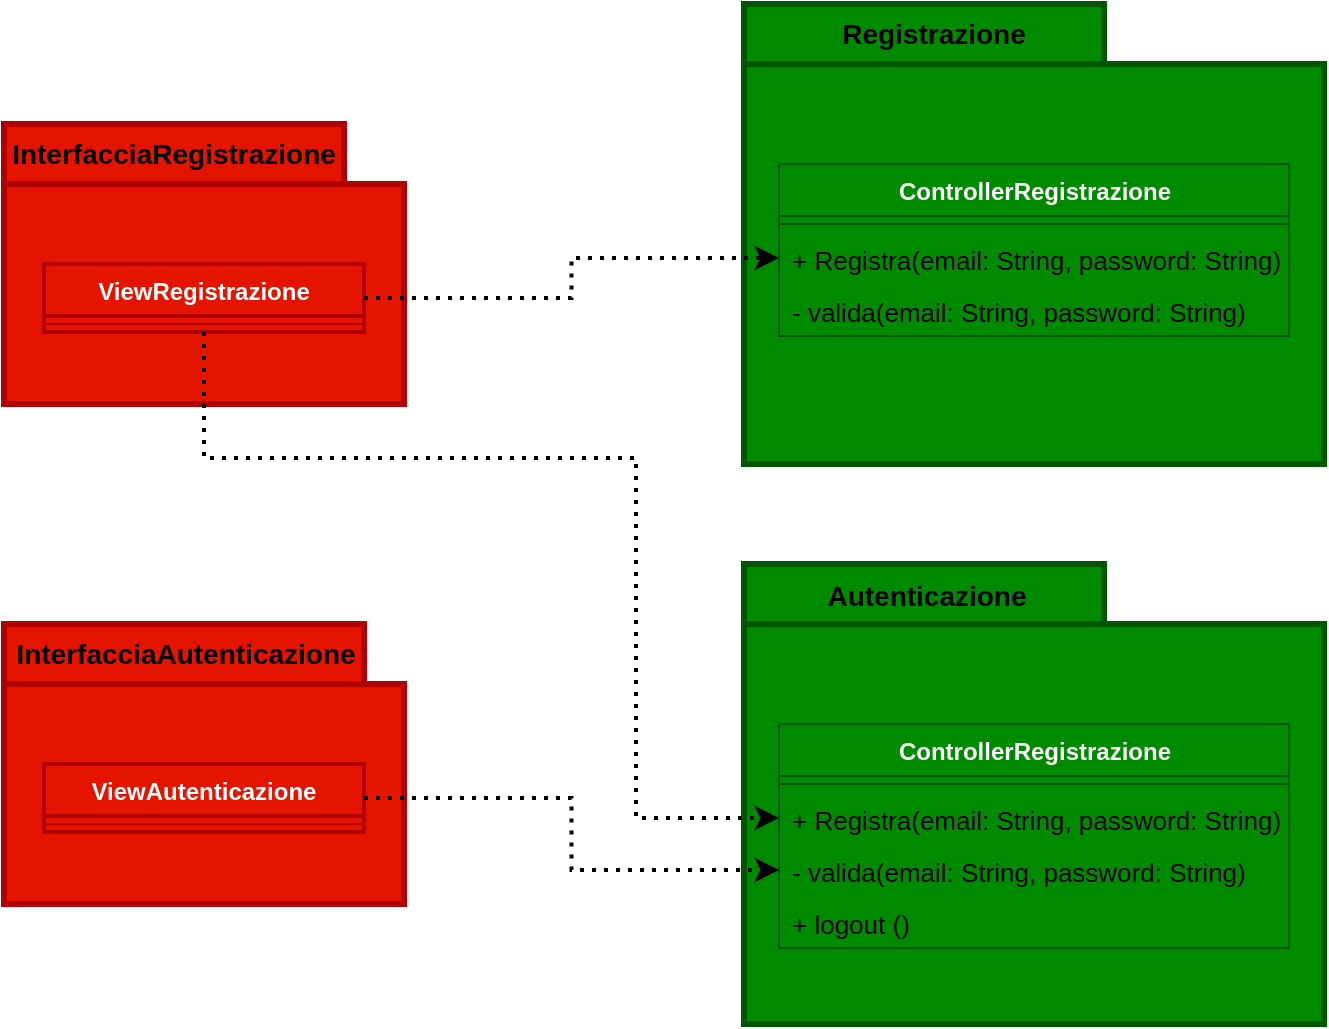
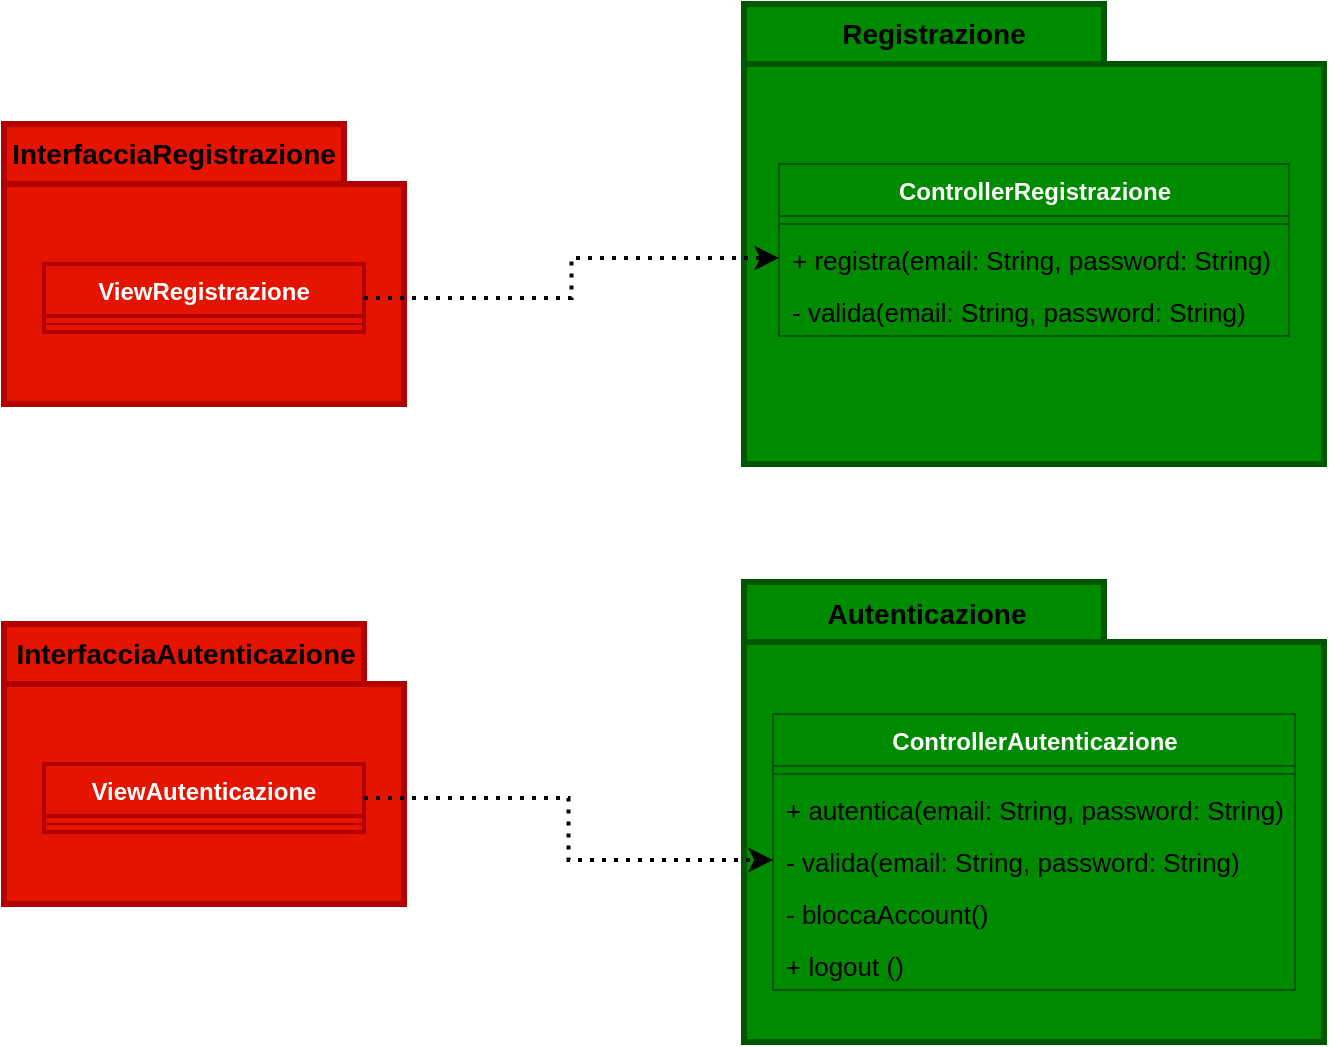
<mxfile host="app.diagrams.net">
  <diagram name="Pagina-1" id="QDScygCJn2aQPVxzbpHA">
-     <mxGraphModel dx="1075" dy="622" grid="0" gridSize="10" guides="1" tooltips="1" connect="1" arrows="1" fold="1" page="0" pageScale="1" pageWidth="827" pageHeight="1169" background="light-dark(#FFFFFF,#FFFFFF)" math="0" shadow="0">
+     <mxGraphModel dx="1075" dy="527" grid="0" gridSize="10" guides="1" tooltips="1" connect="1" arrows="1" fold="1" page="0" pageScale="1" pageWidth="827" pageHeight="1169" background="light-dark(#FFFFFF,#FFFFFF)" math="0" shadow="0">
      <root>
        <mxCell id="0" />
        <mxCell id="1" parent="0" />
        <mxCell id="rIIMJ5MYCzw7tmYBSoWH-3" connectable="0" parent="1" style="group" value="" vertex="1">
          <mxGeometry height="140" width="200" x="80" y="90" as="geometry" />
        </mxCell>
        <mxCell id="rIIMJ5MYCzw7tmYBSoWH-1" parent="rIIMJ5MYCzw7tmYBSoWH-3" style="shape=folder;fontStyle=1;spacingTop=10;tabWidth=170;tabHeight=30;tabPosition=left;html=1;whiteSpace=wrap;fillColor=light-dark(#E51400,#FFFFFF);fontColor=#ffffff;strokeColor=#B20000;strokeWidth=3;" value="" vertex="1">
          <mxGeometry height="140" width="200" as="geometry" />
        </mxCell>
        <mxCell id="rIIMJ5MYCzw7tmYBSoWH-2" parent="rIIMJ5MYCzw7tmYBSoWH-3" style="text;html=1;whiteSpace=wrap;strokeColor=none;fillColor=none;align=center;verticalAlign=middle;rounded=0;fontColor=light-dark(#000000,#000000);fontStyle=1;fontSize=14;" value="InterfacciaRegistrazione" vertex="1">
          <mxGeometry height="30" width="170" as="geometry" />
        </mxCell>
        <mxCell id="rIIMJ5MYCzw7tmYBSoWH-16" parent="rIIMJ5MYCzw7tmYBSoWH-3" style="swimlane;fontStyle=1;align=center;verticalAlign=top;childLayout=stackLayout;horizontal=1;startSize=26;horizontalStack=0;resizeParent=1;resizeParentMax=0;resizeLast=0;collapsible=1;marginBottom=0;whiteSpace=wrap;html=1;fillColor=#e51400;strokeColor=#B20000;fontColor=#ffffff;strokeWidth=2;" value="ViewRegistrazione" vertex="1">
          <mxGeometry height="34" width="160" x="20" y="70" as="geometry" />
        </mxCell>
        <mxCell id="rIIMJ5MYCzw7tmYBSoWH-18" parent="rIIMJ5MYCzw7tmYBSoWH-16" style="line;strokeWidth=1;fillColor=none;align=left;verticalAlign=middle;spacingTop=-1;spacingLeft=3;spacingRight=3;rotatable=0;labelPosition=right;points=[];portConstraint=eastwest;strokeColor=inherit;" value="" vertex="1">
          <mxGeometry height="8" width="160" y="26" as="geometry" />
        </mxCell>
        <mxCell id="rIIMJ5MYCzw7tmYBSoWH-4" connectable="0" parent="1" style="group" value="" vertex="1">
          <mxGeometry height="140" width="200" x="80" y="340" as="geometry" />
        </mxCell>
        <mxCell id="rIIMJ5MYCzw7tmYBSoWH-5" parent="rIIMJ5MYCzw7tmYBSoWH-4" style="shape=folder;fontStyle=1;spacingTop=10;tabWidth=180;tabHeight=30;tabPosition=left;html=1;whiteSpace=wrap;fillColor=light-dark(#E51400,#FFFFFF);fontColor=#ffffff;strokeColor=#B20000;strokeWidth=3;" value="" vertex="1">
          <mxGeometry height="140" width="200" as="geometry" />
        </mxCell>
        <mxCell id="rIIMJ5MYCzw7tmYBSoWH-6" parent="rIIMJ5MYCzw7tmYBSoWH-4" style="text;html=1;whiteSpace=wrap;strokeColor=none;fillColor=none;align=center;verticalAlign=middle;rounded=0;fontColor=light-dark(#000000,#000000);fontStyle=1;fontSize=14;" value="InterfacciaAutenticazione" vertex="1">
          <mxGeometry height="30" width="170" x="6" as="geometry" />
        </mxCell>
        <mxCell id="rIIMJ5MYCzw7tmYBSoWH-20" parent="rIIMJ5MYCzw7tmYBSoWH-4" style="swimlane;fontStyle=1;align=center;verticalAlign=top;childLayout=stackLayout;horizontal=1;startSize=26;horizontalStack=0;resizeParent=1;resizeParentMax=0;resizeLast=0;collapsible=1;marginBottom=0;whiteSpace=wrap;html=1;fillColor=#e51400;strokeColor=#B20000;fontColor=#ffffff;strokeWidth=2;" value="ViewAutenticazione" vertex="1">
          <mxGeometry height="34" width="160" x="20" y="70" as="geometry" />
        </mxCell>
        <mxCell id="rIIMJ5MYCzw7tmYBSoWH-21" parent="rIIMJ5MYCzw7tmYBSoWH-20" style="line;strokeWidth=1;fillColor=none;align=left;verticalAlign=middle;spacingTop=-1;spacingLeft=3;spacingRight=3;rotatable=0;labelPosition=right;points=[];portConstraint=eastwest;strokeColor=inherit;" value="" vertex="1">
          <mxGeometry height="8" width="160" y="26" as="geometry" />
        </mxCell>
        <mxCell id="rIIMJ5MYCzw7tmYBSoWH-7" connectable="0" parent="1" style="group" value="" vertex="1">
-           <mxGeometry height="230" width="290" x="450" y="310" as="geometry" />
+           <mxGeometry height="230" width="290" x="450" y="319" as="geometry" />
        </mxCell>
        <mxCell id="rIIMJ5MYCzw7tmYBSoWH-8" parent="rIIMJ5MYCzw7tmYBSoWH-7" style="shape=folder;fontStyle=1;spacingTop=10;tabWidth=180;tabHeight=30;tabPosition=left;html=1;whiteSpace=wrap;fillColor=light-dark(#008A00,#FFFFFF);fontColor=#ffffff;strokeColor=#005700;strokeWidth=3;" value="" vertex="1">
          <mxGeometry height="230" width="290" as="geometry" />
        </mxCell>
        <mxCell id="rIIMJ5MYCzw7tmYBSoWH-9" parent="rIIMJ5MYCzw7tmYBSoWH-7" style="text;html=1;whiteSpace=wrap;strokeColor=none;fillColor=none;align=center;verticalAlign=middle;rounded=0;fontColor=light-dark(#000000,#000000);fontStyle=1;fontSize=14;" value="Autenticazione" vertex="1">
          <mxGeometry height="49.285714285714285" width="246.5" x="-32.3" y="-9" as="geometry" />
        </mxCell>
-         <mxCell id="rIIMJ5MYCzw7tmYBSoWH-33" parent="rIIMJ5MYCzw7tmYBSoWH-7" style="swimlane;fontStyle=1;align=center;verticalAlign=top;childLayout=stackLayout;horizontal=1;startSize=26;horizontalStack=0;resizeParent=1;resizeParentMax=0;resizeLast=0;collapsible=1;marginBottom=0;whiteSpace=wrap;html=1;fillColor=#008a00;fontColor=#ffffff;strokeColor=#005700;" value="ControllerRegistrazione" vertex="1">
-           <mxGeometry height="112" width="255" x="17.5" y="80" as="geometry" />
+         <mxCell id="rIIMJ5MYCzw7tmYBSoWH-33" parent="rIIMJ5MYCzw7tmYBSoWH-7" style="swimlane;fontStyle=1;align=center;verticalAlign=top;childLayout=stackLayout;horizontal=1;startSize=26;horizontalStack=0;resizeParent=1;resizeParentMax=0;resizeLast=0;collapsible=1;marginBottom=0;whiteSpace=wrap;html=1;fillColor=#008a00;fontColor=#ffffff;strokeColor=#005700;" value="ControllerAutenticazione" vertex="1">
+           <mxGeometry height="138" width="261" x="14.5" y="66" as="geometry" />
        </mxCell>
        <mxCell id="rIIMJ5MYCzw7tmYBSoWH-34" parent="rIIMJ5MYCzw7tmYBSoWH-33" style="line;strokeWidth=1;fillColor=none;align=left;verticalAlign=middle;spacingTop=-1;spacingLeft=3;spacingRight=3;rotatable=0;labelPosition=right;points=[];portConstraint=eastwest;strokeColor=inherit;" value="" vertex="1">
-           <mxGeometry height="8" width="255" y="26" as="geometry" />
+           <mxGeometry height="8" width="261" y="26" as="geometry" />
        </mxCell>
-         <mxCell id="rIIMJ5MYCzw7tmYBSoWH-35" parent="rIIMJ5MYCzw7tmYBSoWH-33" style="text;strokeColor=none;fillColor=none;align=left;verticalAlign=top;spacingLeft=4;spacingRight=4;overflow=hidden;rotatable=0;points=[[0,0.5],[1,0.5]];portConstraint=eastwest;whiteSpace=wrap;html=1;fontColor=light-dark(#000000,#000000);fontStyle=0;fontSize=13;" value="+ Registra(email: String, password: String)" vertex="1">
-           <mxGeometry height="26" width="255" y="34" as="geometry" />
+         <mxCell id="rIIMJ5MYCzw7tmYBSoWH-35" parent="rIIMJ5MYCzw7tmYBSoWH-33" style="text;strokeColor=none;fillColor=none;align=left;verticalAlign=top;spacingLeft=4;spacingRight=4;overflow=hidden;rotatable=0;points=[[0,0.5],[1,0.5]];portConstraint=eastwest;whiteSpace=wrap;html=1;fontColor=light-dark(#000000,#000000);fontStyle=0;fontSize=13;" value="+ autentica(email: String, password: String)" vertex="1">
+           <mxGeometry height="26" width="261" y="34" as="geometry" />
        </mxCell>
        <mxCell id="rIIMJ5MYCzw7tmYBSoWH-36" parent="rIIMJ5MYCzw7tmYBSoWH-33" style="text;strokeColor=none;fillColor=none;align=left;verticalAlign=top;spacingLeft=4;spacingRight=4;overflow=hidden;rotatable=0;points=[[0,0.5],[1,0.5]];portConstraint=eastwest;whiteSpace=wrap;html=1;" value="&lt;font style=&quot;color: light-dark(rgb(0, 0, 0), rgb(0, 0, 0));&quot;&gt;&lt;span style=&quot;font-size: 13px;&quot;&gt;- valida(email: String, password: String)&lt;/span&gt;&lt;/font&gt;" vertex="1">
-           <mxGeometry height="26" width="255" y="60" as="geometry" />
+           <mxGeometry height="26" width="261" y="60" as="geometry" />
+         </mxCell>
+         <mxCell id="fnbZ32ceF4G3On6_S0S8-73" parent="rIIMJ5MYCzw7tmYBSoWH-33" style="text;strokeColor=none;fillColor=none;align=left;verticalAlign=top;spacingLeft=4;spacingRight=4;overflow=hidden;rotatable=0;points=[[0,0.5],[1,0.5]];portConstraint=eastwest;whiteSpace=wrap;html=1;" value="&lt;font style=&quot;color: light-dark(rgb(0, 0, 0), rgb(0, 0, 0));&quot;&gt;&lt;span style=&quot;font-size: 13px;&quot;&gt;- bloccaAccount()&lt;/span&gt;&lt;/font&gt;" vertex="1">
+           <mxGeometry height="26" width="261" y="86" as="geometry" />
        </mxCell>
        <mxCell id="rIIMJ5MYCzw7tmYBSoWH-37" parent="rIIMJ5MYCzw7tmYBSoWH-33" style="text;strokeColor=none;fillColor=none;align=left;verticalAlign=top;spacingLeft=4;spacingRight=4;overflow=hidden;rotatable=0;points=[[0,0.5],[1,0.5]];portConstraint=eastwest;whiteSpace=wrap;html=1;" value="&lt;font style=&quot;color: light-dark(rgb(0, 0, 0), rgb(0, 0, 0));&quot;&gt;&lt;span style=&quot;font-size: 13px;&quot;&gt;+ logout ()&lt;/span&gt;&lt;/font&gt;" vertex="1">
-           <mxGeometry height="26" width="255" y="86" as="geometry" />
+           <mxGeometry height="26" width="261" y="112" as="geometry" />
        </mxCell>
        <mxCell id="rIIMJ5MYCzw7tmYBSoWH-10" parent="1" style="shape=folder;fontStyle=1;spacingTop=10;tabWidth=180;tabHeight=30;tabPosition=left;html=1;whiteSpace=wrap;fillColor=light-dark(#008A00,#FFFFFF);fontColor=#ffffff;strokeColor=#005700;strokeWidth=3;" value="" vertex="1">
          <mxGeometry height="230" width="290" x="450" y="30" as="geometry" />
        </mxCell>
        <mxCell id="rIIMJ5MYCzw7tmYBSoWH-11" parent="1" style="text;html=1;whiteSpace=wrap;align=center;verticalAlign=middle;rounded=0;fontColor=light-dark(#000000,#000000);fontStyle=1;fontSize=14;" value="Registrazione" vertex="1">
          <mxGeometry height="30" width="150" x="470" y="30" as="geometry" />
        </mxCell>
        <mxCell id="rIIMJ5MYCzw7tmYBSoWH-27" parent="1" style="swimlane;fontStyle=1;align=center;verticalAlign=top;childLayout=stackLayout;horizontal=1;startSize=26;horizontalStack=0;resizeParent=1;resizeParentMax=0;resizeLast=0;collapsible=1;marginBottom=0;whiteSpace=wrap;html=1;fillColor=#008a00;fontColor=#ffffff;strokeColor=#005700;" value="ControllerRegistrazione" vertex="1">
          <mxGeometry height="86" width="255" x="467.5" y="110" as="geometry" />
        </mxCell>
        <mxCell id="rIIMJ5MYCzw7tmYBSoWH-29" parent="rIIMJ5MYCzw7tmYBSoWH-27" style="line;strokeWidth=1;fillColor=none;align=left;verticalAlign=middle;spacingTop=-1;spacingLeft=3;spacingRight=3;rotatable=0;labelPosition=right;points=[];portConstraint=eastwest;strokeColor=inherit;" value="" vertex="1">
          <mxGeometry height="8" width="255" y="26" as="geometry" />
        </mxCell>
-         <mxCell id="rIIMJ5MYCzw7tmYBSoWH-30" parent="rIIMJ5MYCzw7tmYBSoWH-27" style="text;strokeColor=none;fillColor=none;align=left;verticalAlign=top;spacingLeft=4;spacingRight=4;overflow=hidden;rotatable=0;points=[[0,0.5],[1,0.5]];portConstraint=eastwest;whiteSpace=wrap;html=1;fontColor=light-dark(#000000,#000000);fontStyle=0;fontSize=13;" value="+ Registra(email: String, password: String)" vertex="1">
+         <mxCell id="rIIMJ5MYCzw7tmYBSoWH-30" parent="rIIMJ5MYCzw7tmYBSoWH-27" style="text;strokeColor=none;fillColor=none;align=left;verticalAlign=top;spacingLeft=4;spacingRight=4;overflow=hidden;rotatable=0;points=[[0,0.5],[1,0.5]];portConstraint=eastwest;whiteSpace=wrap;html=1;fontColor=light-dark(#000000,#000000);fontStyle=0;fontSize=13;" value="+ registra(email: String, password: String)" vertex="1">
          <mxGeometry height="26" width="255" y="34" as="geometry" />
        </mxCell>
        <mxCell id="rIIMJ5MYCzw7tmYBSoWH-31" parent="rIIMJ5MYCzw7tmYBSoWH-27" style="text;strokeColor=none;fillColor=none;align=left;verticalAlign=top;spacingLeft=4;spacingRight=4;overflow=hidden;rotatable=0;points=[[0,0.5],[1,0.5]];portConstraint=eastwest;whiteSpace=wrap;html=1;" value="&lt;font style=&quot;color: light-dark(rgb(0, 0, 0), rgb(0, 0, 0));&quot;&gt;&lt;span style=&quot;font-size: 13px;&quot;&gt;- valida(email: String, password: String)&lt;/span&gt;&lt;/font&gt;" vertex="1">
          <mxGeometry height="26" width="255" y="60" as="geometry" />
        </mxCell>
        <mxCell id="rIIMJ5MYCzw7tmYBSoWH-38" edge="1" parent="1" source="rIIMJ5MYCzw7tmYBSoWH-16" style="edgeStyle=orthogonalEdgeStyle;rounded=0;orthogonalLoop=1;jettySize=auto;html=1;exitX=1;exitY=0.5;exitDx=0;exitDy=0;entryX=0;entryY=0.5;entryDx=0;entryDy=0;fontColor=light-dark(#000000,#000000);dashed=1;dashPattern=1 2;strokeColor=light-dark(#000000,#000000);strokeWidth=2;" target="rIIMJ5MYCzw7tmYBSoWH-30">
          <mxGeometry relative="1" as="geometry" />
        </mxCell>
        <mxCell id="rIIMJ5MYCzw7tmYBSoWH-39" edge="1" parent="1" source="rIIMJ5MYCzw7tmYBSoWH-20" style="edgeStyle=orthogonalEdgeStyle;rounded=0;orthogonalLoop=1;jettySize=auto;html=1;exitX=1;exitY=0.5;exitDx=0;exitDy=0;entryX=0;entryY=0.5;entryDx=0;entryDy=0;fontColor=light-dark(#000000,#000000);dashed=1;dashPattern=1 2;strokeColor=light-dark(#000000,#000000);strokeWidth=2;" target="rIIMJ5MYCzw7tmYBSoWH-36">
          <mxGeometry relative="1" as="geometry">
            <mxPoint x="288" y="434.5" as="sourcePoint" />
            <mxPoint x="496" y="414.5" as="targetPoint" />
          </mxGeometry>
        </mxCell>
-         <mxCell id="rIIMJ5MYCzw7tmYBSoWH-40" edge="1" parent="1" source="rIIMJ5MYCzw7tmYBSoWH-16" style="edgeStyle=orthogonalEdgeStyle;rounded=0;orthogonalLoop=1;jettySize=auto;html=1;exitX=0.5;exitY=1;exitDx=0;exitDy=0;entryX=0;entryY=0.5;entryDx=0;entryDy=0;strokeColor=light-dark(#000000,#FF3333);dashed=1;dashPattern=1 2;strokeWidth=2;" target="rIIMJ5MYCzw7tmYBSoWH-35">
-           <mxGeometry relative="1" as="geometry">
-             <Array as="points">
-               <mxPoint x="180" y="257" />
-               <mxPoint x="396" y="257" />
-               <mxPoint x="396" y="437" />
-             </Array>
-           </mxGeometry>
-         </mxCell>
      </root>
    </mxGraphModel>
  </diagram>
</mxfile>
